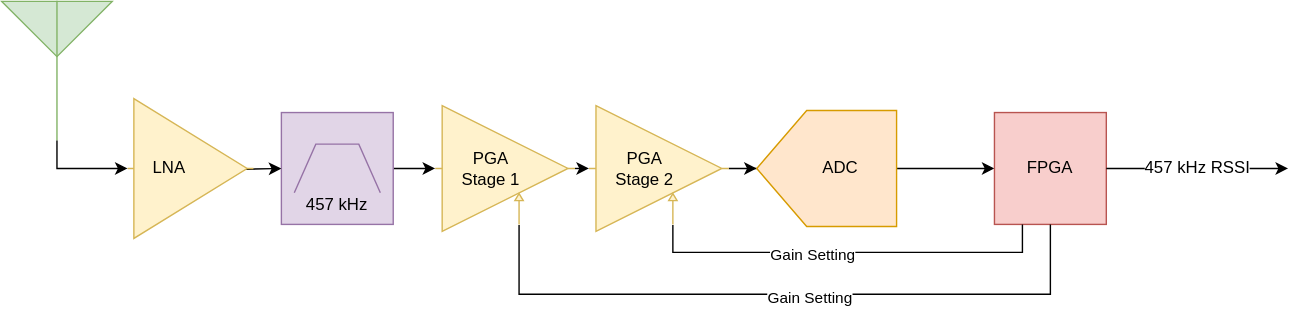
Earlier version of the draw.io export diagrams/receiver.drawio.svg (Avy-Dawgs/system-definition). Source tidied: cells renumbered, new cells last; positions are measured from the earlier drawing's top-left corner, leaving out a move shared by most shapes.
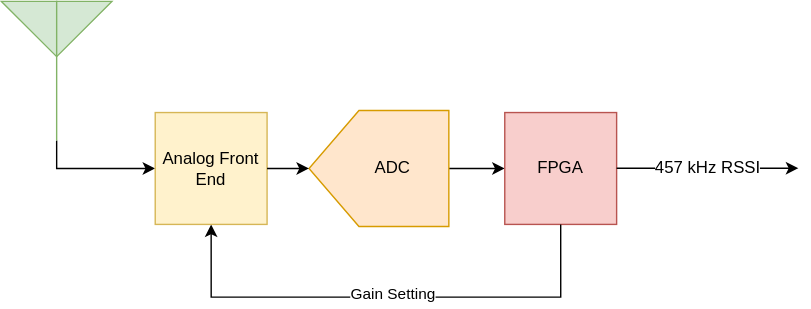
The same file after the commit.

Commit message:
reorganizes receiver docs, adds factors out AFE diagram from main receiver diagram

Change to the diagram source:
```diff
@@ -2,95 +2,54 @@
   <root>
     <mxCell id="0" />
     <mxCell id="1" parent="0" />
+    <mxCell id="27" style="edgeStyle=orthogonalEdgeStyle;rounded=0;jettySize=auto;html=1;exitX=0.5;exitY=1;exitDx=0;exitDy=0;exitPerimeter=0;" parent="1" edge="1" source="2" target="28">
+      <mxGeometry relative="1" as="geometry" />
+    </mxCell>
     <mxCell id="2" style="verticalLabelPosition=bottom;shadow=0;dashed=0;align=center;html=1;verticalAlign=top;shape=mxgraph.electrical.radio.aerial_-_antenna_2;fillColor=#d5e8d4;strokeColor=#82b366;" parent="1" vertex="1">
       <mxGeometry width="79" height="100" as="geometry" />
     </mxCell>
-    <mxCell id="3" style="edgeStyle=orthogonalEdgeStyle;rounded=0;jettySize=auto;html=1;exitX=1;exitY=0.5;exitDx=0;exitDy=0;exitPerimeter=0;" parent="1" edge="1" source="4" target="6">
-      <mxGeometry relative="1" as="geometry" />
-    </mxCell>
-    <mxCell id="4" style="verticalLabelPosition=bottom;shadow=0;dashed=0;align=center;html=1;verticalAlign=top;shape=mxgraph.electrical.logic_gates.bandpass_filter;fillColor=#e1d5e7;strokeColor=#9673a6;" parent="1" vertex="1">
-      <mxGeometry x="200" y="80" width="80" height="80" as="geometry" />
-    </mxCell>
-    <mxCell id="5" style="edgeStyle=orthogonalEdgeStyle;rounded=0;jettySize=auto;html=1;exitX=1;exitY=0.5;exitDx=0;exitDy=0;entryX=0;entryY=0.5;entryDx=0;entryDy=0;entryPerimeter=0;" parent="1" edge="1" target="4">
-      <mxGeometry relative="1" as="geometry">
-        <mxPoint x="150" y="120" as="sourcePoint" />
-      </mxGeometry>
-    </mxCell>
-    <mxCell id="6" style="verticalLabelPosition=bottom;shadow=0;dashed=0;align=center;html=1;verticalAlign=top;shape=mxgraph.electrical.abstract.controlled_amplifier;fillColor=#fff2cc;strokeColor=#d6b656;" parent="1" vertex="1">
-      <mxGeometry x="310" y="75" width="100" height="90" as="geometry" />
-    </mxCell>
-    <mxCell id="7" style="edgeStyle=orthogonalEdgeStyle;rounded=0;jettySize=auto;html=1;exitX=1;exitY=0.5;exitDx=0;exitDy=0;exitPerimeter=0;" parent="1" edge="1" source="8" target="16">
-      <mxGeometry relative="1" as="geometry" />
-    </mxCell>
-    <mxCell id="8" style="verticalLabelPosition=bottom;shadow=0;dashed=0;align=center;html=1;verticalAlign=top;shape=mxgraph.electrical.abstract.controlled_amplifier;fillColor=#fff2cc;strokeColor=#d6b656;" parent="1" vertex="1">
-      <mxGeometry x="420" y="75" width="100" height="90" as="geometry" />
-    </mxCell>
-    <mxCell id="9" style="edgeStyle=orthogonalEdgeStyle;rounded=0;jettySize=auto;html=1;exitX=1;exitY=0.5;exitDx=0;exitDy=0;exitPerimeter=0;entryX=0;entryY=0.5;entryDx=0;entryDy=0;entryPerimeter=0;" parent="1" edge="1" source="6" target="8">
-      <mxGeometry relative="1" as="geometry" />
-    </mxCell>
-    <mxCell id="10" style="verticalLabelPosition=bottom;shadow=0;dashed=0;align=center;html=1;verticalAlign=top;shape=mxgraph.electrical.abstract.amplifier;fillColor=#fff2cc;strokeColor=#d6b656;" parent="1" vertex="1">
-      <mxGeometry x="90" y="70" width="90" height="100" as="geometry" />
-    </mxCell>
-    <mxCell id="11" style="edgeStyle=orthogonalEdgeStyle;rounded=0;jettySize=auto;html=1;exitX=0.5;exitY=1;exitDx=0;exitDy=0;exitPerimeter=0;entryX=0;entryY=0.5;entryDx=0;entryDy=0;entryPerimeter=0;" parent="1" edge="1" source="2" target="10">
-      <mxGeometry relative="1" as="geometry" />
-    </mxCell>
-    <mxCell id="12" value="&lt;font style=&quot;font-size: 12px;&quot;&gt;LNA&lt;/font&gt;" style="text;strokeColor=none;align=center;fillColor=none;html=1;verticalAlign=middle;whiteSpace=wrap;rounded=0;" parent="1" vertex="1">
-      <mxGeometry x="90" y="105" width="60" height="30" as="geometry" />
-    </mxCell>
-    <mxCell id="13" value="&lt;font style=&quot;font-size: 12px;&quot;&gt;PGA Stage 1&lt;/font&gt;" style="text;strokeColor=none;align=center;fillColor=none;html=1;verticalAlign=middle;whiteSpace=wrap;rounded=0;" parent="1" vertex="1">
-      <mxGeometry x="320" y="105" width="60" height="30" as="geometry" />
-    </mxCell>
-    <mxCell id="14" value="&lt;font style=&quot;font-size: 12px;&quot;&gt;PGA Stage 2&lt;/font&gt;" style="text;strokeColor=none;align=center;fillColor=none;html=1;verticalAlign=middle;whiteSpace=wrap;rounded=0;" parent="1" vertex="1">
-      <mxGeometry x="430" y="105" width="60" height="30" as="geometry" />
-    </mxCell>
-    <mxCell id="15" style="edgeStyle=orthogonalEdgeStyle;rounded=0;jettySize=auto;html=1;exitX=0;exitY=0.5;exitDx=0;exitDy=0;exitPerimeter=0;" parent="1" edge="1" source="16" target="18">
+    <mxCell id="15" style="edgeStyle=orthogonalEdgeStyle;rounded=0;jettySize=auto;html=1;exitX=0;exitY=0.5;exitDx=0;exitDy=0;exitPerimeter=0;entryX=0;entryY=0.5;entryDx=0;entryDy=0;" parent="1" edge="1" source="16" target="18">
       <mxGeometry relative="1" as="geometry" />
     </mxCell>
     <mxCell id="16" style="verticalLabelPosition=bottom;shadow=0;dashed=0;align=center;html=1;verticalAlign=top;shape=mxgraph.electrical.abstract.dac;rotation=-180;fillColor=#ffe6cc;strokeColor=#d79b00;" parent="1" vertex="1">
-      <mxGeometry x="540" y="78.5" width="100" height="83" as="geometry" />
+      <mxGeometry x="220" y="78.5" width="100" height="83" as="geometry" />
     </mxCell>
     <mxCell id="17" value="&lt;font style=&quot;font-size: 12px;&quot;&gt;ADC&lt;/font&gt;" style="text;strokeColor=none;align=center;fillColor=none;html=1;verticalAlign=middle;whiteSpace=wrap;rounded=0;" parent="1" vertex="1">
-      <mxGeometry x="570" y="105" width="60" height="30" as="geometry" />
+      <mxGeometry x="250" y="105" width="60" height="30" as="geometry" />
     </mxCell>
     <mxCell id="18" style="whiteSpace=wrap;html=1;fillColor=#f8cecc;strokeColor=#b85450;" parent="1" vertex="1">
-      <mxGeometry x="710" y="80" width="80" height="80" as="geometry" />
+      <mxGeometry x="360" y="80" width="80" height="80" as="geometry" />
     </mxCell>
-    <mxCell id="19" style="edgeStyle=orthogonalEdgeStyle;rounded=0;jettySize=auto;html=1;exitX=0.5;exitY=1;exitDx=0;exitDy=0;entryX=0.6;entryY=0.95;entryDx=0;entryDy=0;entryPerimeter=0;endArrow=none;endFill=0;" parent="1" edge="1" source="18" target="6">
+    <mxCell id="19" style="edgeStyle=orthogonalEdgeStyle;rounded=0;jettySize=auto;html=1;exitX=0.5;exitY=1;exitDx=0;exitDy=0;entryX=0.5;entryY=1;entryDx=0;entryDy=0;endArrow=classic;endFill=1;" parent="1" edge="1" source="18" target="28">
       <mxGeometry relative="1" as="geometry">
         <Array as="points">
-          <mxPoint x="750" y="210" />
-          <mxPoint x="370" y="210" />
+          <mxPoint x="400" y="212" />
+          <mxPoint x="150" y="212" />
         </Array>
       </mxGeometry>
     </mxCell>
     <mxCell id="20" value="Gain Setting" style="edgeLabel;html=1;align=center;verticalAlign=middle;" parent="19" vertex="1">
-      <mxGeometry x="-0.07" y="3" relative="1" as="geometry" />
+      <mxGeometry x="-0.07" y="3" relative="1" as="geometry">
+        <mxPoint x="-8" y="-5" as="offset" />
+      </mxGeometry>
     </mxCell>
-    <mxCell id="21" style="edgeStyle=orthogonalEdgeStyle;rounded=0;jettySize=auto;html=1;exitX=0.25;exitY=1;exitDx=0;exitDy=0;entryX=0.6;entryY=0.95;entryDx=0;entryDy=0;entryPerimeter=0;endArrow=none;endFill=0;" parent="1" edge="1" source="18" target="8">
-      <mxGeometry relative="1" as="geometry">
-        <Array as="points">
-          <mxPoint x="730" y="180" />
-          <mxPoint x="480" y="180" />
-        </Array>
-      </mxGeometry>
-    </mxCell>
-    <mxCell id="22" value="Gain Setting" style="edgeLabel;html=1;align=center;verticalAlign=middle;" parent="21" vertex="1">
-      <mxGeometry x="0.18" y="2" relative="1" as="geometry" />
-    </mxCell>
     <mxCell id="23" value="&lt;font style=&quot;font-size: 12px;&quot;&gt;FPGA&lt;/font&gt;" style="text;strokeColor=none;align=center;fillColor=none;html=1;verticalAlign=middle;whiteSpace=wrap;rounded=0;" parent="1" vertex="1">
-      <mxGeometry x="720" y="105" width="60" height="30" as="geometry" />
+      <mxGeometry x="370" y="105" width="60" height="30" as="geometry" />
     </mxCell>
-    <mxCell id="24" value="&lt;font style=&quot;font-size: 12px;&quot;&gt;457 kHz&lt;/font&gt;" style="text;strokeColor=none;align=center;fillColor=none;html=1;verticalAlign=middle;whiteSpace=wrap;rounded=0;" parent="1" vertex="1">
-      <mxGeometry x="210" y="131.5" width="60" height="30" as="geometry" />
-    </mxCell>
     <mxCell id="25" style="endArrow=classic;html=1;rounded=0;" parent="1" edge="1">
       <mxGeometry relative="1" as="geometry">
-        <mxPoint x="790" y="120" as="sourcePoint" />
-        <mxPoint x="920" y="120" as="targetPoint" />
+        <mxPoint x="440" y="119.8" as="sourcePoint" />
+        <mxPoint x="570" y="119.8" as="targetPoint" />
       </mxGeometry>
     </mxCell>
     <mxCell id="26" value="&lt;font style=&quot;font-size: 12px;&quot;&gt;457 kHz RSSI&lt;/font&gt;" style="edgeLabel;html=1;align=center;verticalAlign=middle;" parent="25" vertex="1">
       <mxGeometry relative="1" as="geometry" />
     </mxCell>
+    <mxCell id="28" value="Analog Front End" style="whiteSpace=wrap;html=1;fillColor=#fff2cc;strokeColor=#d6b656;" parent="1" vertex="1">
+      <mxGeometry x="110" y="80" width="80" height="80" as="geometry" />
+    </mxCell>
+    <mxCell id="29" style="edgeStyle=orthogonalEdgeStyle;rounded=0;jettySize=auto;html=1;exitX=1;exitY=0.5;exitDx=0;exitDy=0;entryX=1;entryY=0.5;entryDx=0;entryDy=0;entryPerimeter=0;" parent="1" edge="1" source="28" target="16">
+      <mxGeometry relative="1" as="geometry" />
+    </mxCell>
   </root>
 </mxGraphModel>
```
